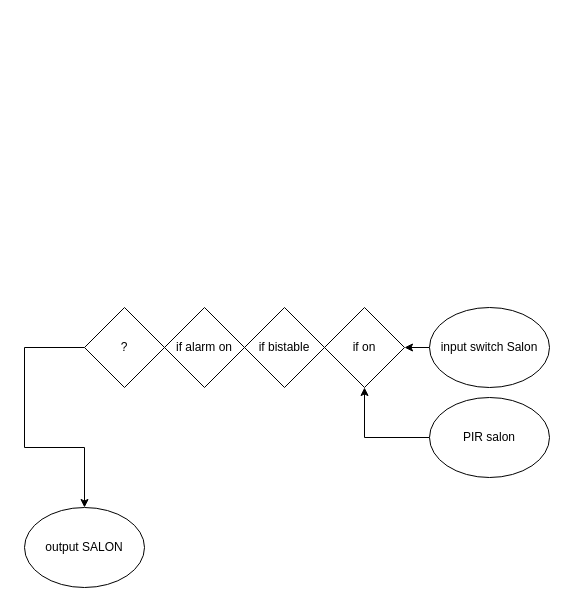
Above: src/graph.drawio in avshrs/Arduino_MCP_expander (draw.io), before the change. Source tidied: cells renumbered, new cells numbered last; positions are measured from the earlier drawing's top-left corner, leaving out a move shared by most shapes. Both pictures are drawn from the tidied source at 100%, with x=0, y=0 at pixel (24, 307).
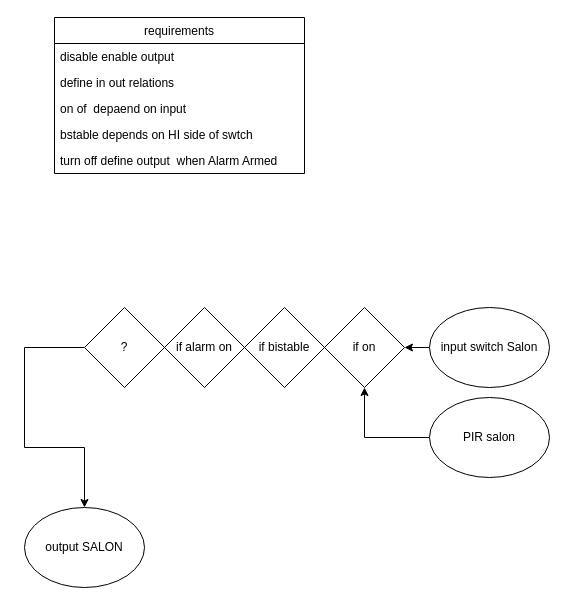
The same page after the edit.

Diff of the diagram source:
```diff
@@
 <mxGraphModel>
   <root>
     <mxCell id="0" />
     <mxCell id="1" parent="0" />
     <mxCell id="2" value="output SALON" style="ellipse;whiteSpace=wrap;html=1;" parent="1" vertex="1">
       <mxGeometry y="200" width="120" height="80" as="geometry" />
     </mxCell>
     <mxCell id="3" style="edgeStyle=orthogonalEdgeStyle;rounded=0;jettySize=auto;html=1;entryX=1;entryY=0.5;entryDx=0;entryDy=0;" parent="1" edge="1" source="4" target="7">
       <mxGeometry relative="1" as="geometry" />
     </mxCell>
     <mxCell id="4" value="input switch Salon" style="ellipse;whiteSpace=wrap;html=1;" parent="1" vertex="1">
       <mxGeometry x="405" width="120" height="80" as="geometry" />
     </mxCell>
     <mxCell id="5" style="edgeStyle=orthogonalEdgeStyle;rounded=0;jettySize=auto;html=1;" parent="1" edge="1" source="6" target="7">
       <mxGeometry relative="1" as="geometry" />
     </mxCell>
     <mxCell id="6" value="PIR salon&lt;br&gt;" style="ellipse;whiteSpace=wrap;html=1;" parent="1" vertex="1">
       <mxGeometry x="405" y="90" width="120" height="80" as="geometry" />
     </mxCell>
     <mxCell id="7" value="if on" style="rhombus;whiteSpace=wrap;html=1;" parent="1" vertex="1">
       <mxGeometry x="300" width="80" height="80" as="geometry" />
     </mxCell>
     <mxCell id="8" value="if bistable" style="rhombus;whiteSpace=wrap;html=1;" parent="1" vertex="1">
       <mxGeometry x="220" width="80" height="80" as="geometry" />
     </mxCell>
     <mxCell id="9" value="if alarm on" style="rhombus;whiteSpace=wrap;html=1;" parent="1" vertex="1">
       <mxGeometry x="140" width="80" height="80" as="geometry" />
     </mxCell>
     <mxCell id="10" style="edgeStyle=orthogonalEdgeStyle;rounded=0;jettySize=auto;html=1;" parent="1" edge="1" source="11" target="2">
       <mxGeometry relative="1" as="geometry">
         <Array as="points">
           <mxPoint y="40" />
           <mxPoint y="140" />
           <mxPoint x="60" y="140" />
         </Array>
       </mxGeometry>
     </mxCell>
     <mxCell id="11" value="?" style="rhombus;whiteSpace=wrap;html=1;" parent="1" vertex="1">
       <mxGeometry x="60" width="80" height="80" as="geometry" />
     </mxCell>
+    <mxCell id="12" value="requirements" style="swimlane;fontStyle=0;horizontal=1;startSize=26;" parent="1" vertex="1">
+      <mxGeometry x="30" y="-290" width="250" height="156" as="geometry" />
+    </mxCell>
+    <mxCell id="13" value="disable enable output" style="text;strokeColor=none;fillColor=none;align=left;verticalAlign=top;spacingLeft=4;spacingRight=4;overflow=hidden;" parent="12" vertex="1">
+      <mxGeometry y="26" width="250" height="26" as="geometry" />
+    </mxCell>
+    <mxCell id="14" value="define in out relations&#10;&#10;&#10;" style="text;strokeColor=none;fillColor=none;align=left;verticalAlign=top;spacingLeft=4;spacingRight=4;overflow=hidden;" parent="12" vertex="1">
+      <mxGeometry y="52" width="250" height="26" as="geometry" />
+    </mxCell>
+    <mxCell id="15" value="on of  depaend on input" style="text;strokeColor=none;fillColor=none;align=left;verticalAlign=top;spacingLeft=4;spacingRight=4;overflow=hidden;" parent="12" vertex="1">
+      <mxGeometry y="78" width="250" height="26" as="geometry" />
+    </mxCell>
+    <mxCell id="16" value="bstable depends on HI side of swtch " style="text;strokeColor=none;fillColor=none;align=left;verticalAlign=top;spacingLeft=4;spacingRight=4;overflow=hidden;" parent="12" vertex="1">
+      <mxGeometry y="104" width="250" height="26" as="geometry" />
+    </mxCell>
+    <mxCell id="17" value="turn off define output  when Alarm Armed" style="text;strokeColor=none;fillColor=none;align=left;verticalAlign=top;spacingLeft=4;spacingRight=4;overflow=hidden;" parent="12" vertex="1">
+      <mxGeometry y="130" width="250" height="26" as="geometry" />
+    </mxCell>
   </root>
 </mxGraphModel>
```
